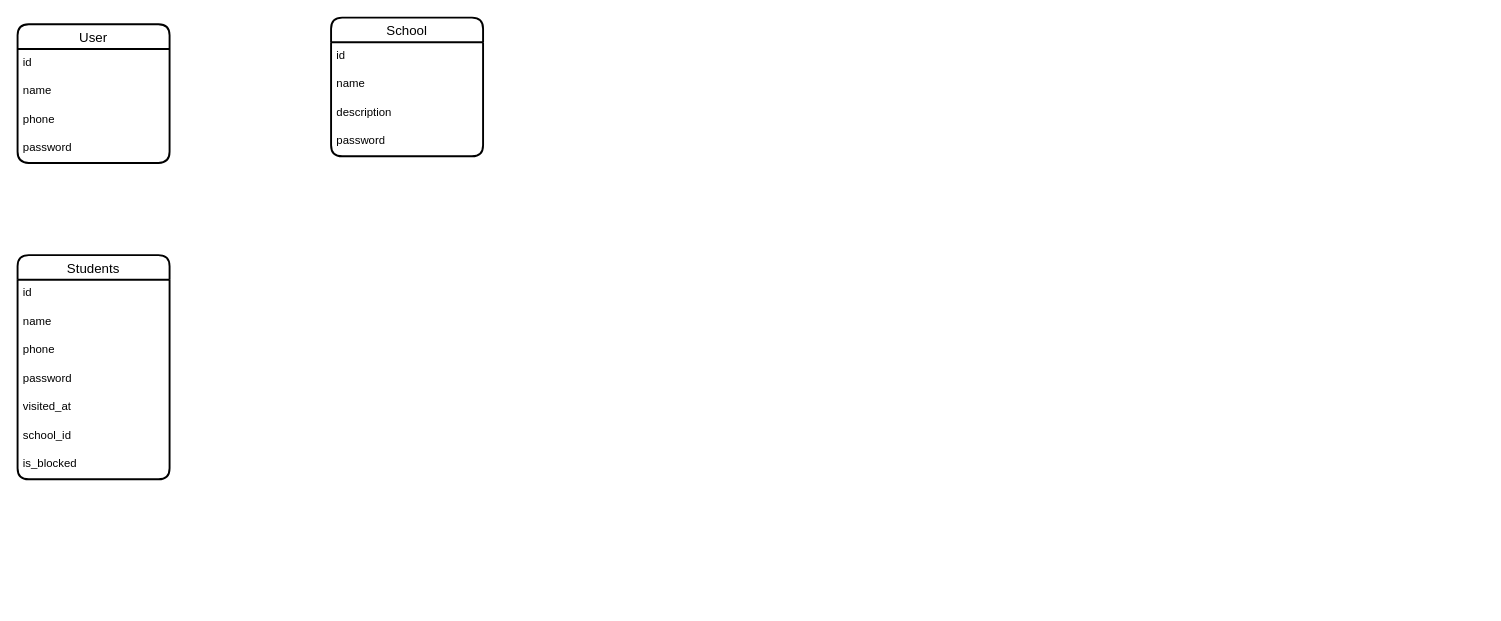
iztileuoff/databases keeps this draw.io diagram as Karsoft - LMS.drawio. Above is the earlier version. Source tidied: cells renumbered, new cells numbered last; positions are measured from the earlier drawing's top-left corner, leaving out a move shared by most shapes. Both pictures are drawn from the tidied source at 95%, with x=0, y=0 at pixel (17, 17).
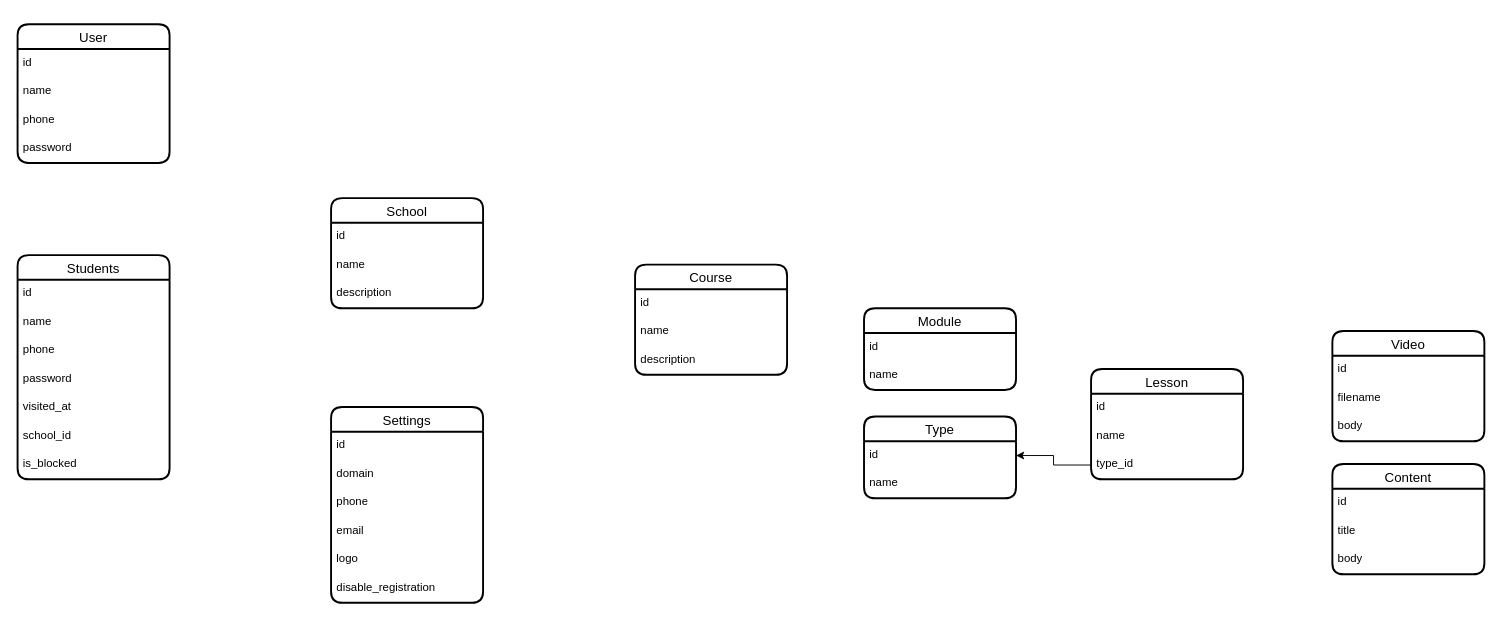
Above is the later version.

What changed in the source:
```diff
@@
     <mxCell id="7" value="School" style="swimlane;fontStyle=0;horizontal=1;startSize=26;align=center;fontSize=14;strokeWidth=2;rounded=1;shadow=0;glass=0;swimlaneLine=1;" parent="1" vertex="1">
-      <mxGeometry x="330" width="160" height="146" as="geometry" />
+      <mxGeometry x="330" y="190" width="160" height="116" as="geometry" />
     </mxCell>
@@
-    <mxCell id="11" value="password" style="text;strokeColor=none;fillColor=none;spacingLeft=4;spacingRight=4;overflow=hidden;fontSize=12;whiteSpace=wrap;html=1;" parent="7" vertex="1">
-      <mxGeometry y="116" width="160" height="30" as="geometry" />
-    </mxCell>
@@
+    <mxCell id="20" value="Settings" style="swimlane;fontStyle=0;horizontal=1;startSize=26;align=center;fontSize=14;strokeWidth=2;rounded=1;shadow=0;glass=0;swimlaneLine=1;" parent="1" vertex="1">
+      <mxGeometry x="330" y="410" width="160" height="206" as="geometry" />
+    </mxCell>
+    <mxCell id="21" value="id" style="text;strokeColor=none;fillColor=none;spacingLeft=4;spacingRight=4;overflow=hidden;fontSize=12;whiteSpace=wrap;html=1;" parent="20" vertex="1">
+      <mxGeometry y="26" width="160" height="30" as="geometry" />
+    </mxCell>
+    <mxCell id="22" value="domain" style="text;strokeColor=none;fillColor=none;spacingLeft=4;spacingRight=4;overflow=hidden;fontSize=12;whiteSpace=wrap;html=1;" parent="20" vertex="1">
+      <mxGeometry y="56" width="160" height="30" as="geometry" />
+    </mxCell>
+    <mxCell id="23" value="phone" style="text;strokeColor=none;fillColor=none;spacingLeft=4;spacingRight=4;overflow=hidden;fontSize=12;whiteSpace=wrap;html=1;" parent="20" vertex="1">
+      <mxGeometry y="86" width="160" height="30" as="geometry" />
+    </mxCell>
+    <mxCell id="24" value="email" style="text;strokeColor=none;fillColor=none;spacingLeft=4;spacingRight=4;overflow=hidden;fontSize=12;whiteSpace=wrap;html=1;" parent="20" vertex="1">
+      <mxGeometry y="116" width="160" height="30" as="geometry" />
+    </mxCell>
+    <mxCell id="25" value="logo" style="text;strokeColor=none;fillColor=none;spacingLeft=4;spacingRight=4;overflow=hidden;fontSize=12;whiteSpace=wrap;html=1;" parent="20" vertex="1">
+      <mxGeometry y="146" width="160" height="30" as="geometry" />
+    </mxCell>
+    <mxCell id="26" value="disable_registration" style="text;strokeColor=none;fillColor=none;spacingLeft=4;spacingRight=4;overflow=hidden;fontSize=12;whiteSpace=wrap;html=1;" parent="20" vertex="1">
+      <mxGeometry y="176" width="160" height="30" as="geometry" />
+    </mxCell>
+    <mxCell id="27" value="Course" style="swimlane;fontStyle=0;horizontal=1;startSize=26;align=center;fontSize=14;strokeWidth=2;rounded=1;shadow=0;glass=0;swimlaneLine=1;" parent="1" vertex="1">
+      <mxGeometry x="650" y="260" width="160" height="116" as="geometry" />
+    </mxCell>
+    <mxCell id="28" value="id" style="text;strokeColor=none;fillColor=none;spacingLeft=4;spacingRight=4;overflow=hidden;fontSize=12;whiteSpace=wrap;html=1;" parent="27" vertex="1">
+      <mxGeometry y="26" width="160" height="30" as="geometry" />
+    </mxCell>
+    <mxCell id="29" value="name" style="text;strokeColor=none;fillColor=none;spacingLeft=4;spacingRight=4;overflow=hidden;fontSize=12;whiteSpace=wrap;html=1;" parent="27" vertex="1">
+      <mxGeometry y="56" width="160" height="30" as="geometry" />
+    </mxCell>
+    <mxCell id="30" value="description" style="text;strokeColor=none;fillColor=none;spacingLeft=4;spacingRight=4;overflow=hidden;fontSize=12;whiteSpace=wrap;html=1;" parent="27" vertex="1">
+      <mxGeometry y="86" width="160" height="30" as="geometry" />
+    </mxCell>
+    <mxCell id="31" value="Module" style="swimlane;fontStyle=0;horizontal=1;startSize=26;align=center;fontSize=14;strokeWidth=2;rounded=1;shadow=0;glass=0;swimlaneLine=1;" parent="1" vertex="1">
+      <mxGeometry x="891" y="306" width="160" height="86" as="geometry" />
+    </mxCell>
+    <mxCell id="32" value="id" style="text;strokeColor=none;fillColor=none;spacingLeft=4;spacingRight=4;overflow=hidden;fontSize=12;whiteSpace=wrap;html=1;" parent="31" vertex="1">
+      <mxGeometry y="26" width="160" height="30" as="geometry" />
+    </mxCell>
+    <mxCell id="33" value="name" style="text;strokeColor=none;fillColor=none;spacingLeft=4;spacingRight=4;overflow=hidden;fontSize=12;whiteSpace=wrap;html=1;" parent="31" vertex="1">
+      <mxGeometry y="56" width="160" height="30" as="geometry" />
+    </mxCell>
+    <mxCell id="34" value="Lesson" style="swimlane;fontStyle=0;horizontal=1;startSize=26;align=center;fontSize=14;strokeWidth=2;rounded=1;shadow=0;glass=0;swimlaneLine=1;" parent="1" vertex="1">
+      <mxGeometry x="1130" y="370" width="160" height="116" as="geometry" />
+    </mxCell>
+    <mxCell id="35" value="id" style="text;strokeColor=none;fillColor=none;spacingLeft=4;spacingRight=4;overflow=hidden;fontSize=12;whiteSpace=wrap;html=1;" parent="34" vertex="1">
+      <mxGeometry y="26" width="160" height="30" as="geometry" />
+    </mxCell>
+    <mxCell id="36" value="name" style="text;strokeColor=none;fillColor=none;spacingLeft=4;spacingRight=4;overflow=hidden;fontSize=12;whiteSpace=wrap;html=1;" parent="34" vertex="1">
+      <mxGeometry y="56" width="160" height="30" as="geometry" />
+    </mxCell>
+    <mxCell id="37" value="type_id" style="text;strokeColor=none;fillColor=none;spacingLeft=4;spacingRight=4;overflow=hidden;points=[[0,0.5],[1,0.5]];portConstraint=eastwest;fontSize=12;whiteSpace=wrap;html=1;" parent="34" vertex="1">
+      <mxGeometry y="86" width="160" height="30" as="geometry" />
+    </mxCell>
+    <mxCell id="38" value="Content" style="swimlane;fontStyle=0;horizontal=1;startSize=26;align=center;fontSize=14;strokeWidth=2;rounded=1;shadow=0;glass=0;swimlaneLine=1;" parent="1" vertex="1">
+      <mxGeometry x="1384" y="470" width="160" height="116" as="geometry" />
+    </mxCell>
+    <mxCell id="39" value="id" style="text;strokeColor=none;fillColor=none;spacingLeft=4;spacingRight=4;overflow=hidden;fontSize=12;whiteSpace=wrap;html=1;" parent="38" vertex="1">
+      <mxGeometry y="26" width="160" height="30" as="geometry" />
+    </mxCell>
+    <mxCell id="40" value="title" style="text;strokeColor=none;fillColor=none;spacingLeft=4;spacingRight=4;overflow=hidden;fontSize=12;whiteSpace=wrap;html=1;" parent="38" vertex="1">
+      <mxGeometry y="56" width="160" height="30" as="geometry" />
+    </mxCell>
+    <mxCell id="41" value="body" style="text;strokeColor=none;fillColor=none;spacingLeft=4;spacingRight=4;overflow=hidden;fontSize=12;whiteSpace=wrap;html=1;" parent="38" vertex="1">
+      <mxGeometry y="86" width="160" height="30" as="geometry" />
+    </mxCell>
+    <mxCell id="42" value="Type" style="swimlane;fontStyle=0;horizontal=1;startSize=26;align=center;fontSize=14;strokeWidth=2;rounded=1;shadow=0;glass=0;swimlaneLine=1;" parent="1" vertex="1">
+      <mxGeometry x="891" y="420" width="160" height="86" as="geometry" />
+    </mxCell>
+    <mxCell id="43" value="id" style="text;strokeColor=none;fillColor=none;spacingLeft=4;spacingRight=4;overflow=hidden;points=[[0,0.5],[1,0.5]];portConstraint=eastwest;fontSize=12;whiteSpace=wrap;html=1;" parent="42" vertex="1">
+      <mxGeometry y="26" width="160" height="30" as="geometry" />
+    </mxCell>
+    <mxCell id="44" value="name" style="text;strokeColor=none;fillColor=none;spacingLeft=4;spacingRight=4;overflow=hidden;fontSize=12;whiteSpace=wrap;html=1;" parent="42" vertex="1">
+      <mxGeometry y="56" width="160" height="30" as="geometry" />
+    </mxCell>
+    <mxCell id="45" style="edgeStyle=orthogonalEdgeStyle;rounded=0;jettySize=auto;html=1;entryX=1;entryY=0.5;entryDx=0;entryDy=0;" parent="1" edge="1" source="37" target="43">
+      <mxGeometry relative="1" as="geometry" />
+    </mxCell>
+    <mxCell id="46" value="Video" style="swimlane;fontStyle=0;horizontal=1;startSize=26;align=center;fontSize=14;strokeWidth=2;rounded=1;shadow=0;glass=0;swimlaneLine=1;" parent="1" vertex="1">
+      <mxGeometry x="1384" y="330" width="160" height="116" as="geometry" />
+    </mxCell>
+    <mxCell id="47" value="id" style="text;strokeColor=none;fillColor=none;spacingLeft=4;spacingRight=4;overflow=hidden;fontSize=12;whiteSpace=wrap;html=1;" parent="46" vertex="1">
+      <mxGeometry y="26" width="160" height="30" as="geometry" />
+    </mxCell>
+    <mxCell id="48" value="filename" style="text;strokeColor=none;fillColor=none;spacingLeft=4;spacingRight=4;overflow=hidden;fontSize=12;whiteSpace=wrap;html=1;" parent="46" vertex="1">
+      <mxGeometry y="56" width="160" height="30" as="geometry" />
+    </mxCell>
+    <mxCell id="49" value="body" style="text;strokeColor=none;fillColor=none;spacingLeft=4;spacingRight=4;overflow=hidden;fontSize=12;whiteSpace=wrap;html=1;" parent="46" vertex="1">
+      <mxGeometry y="86" width="160" height="30" as="geometry" />
+    </mxCell>
```
